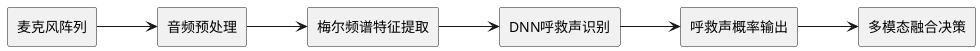
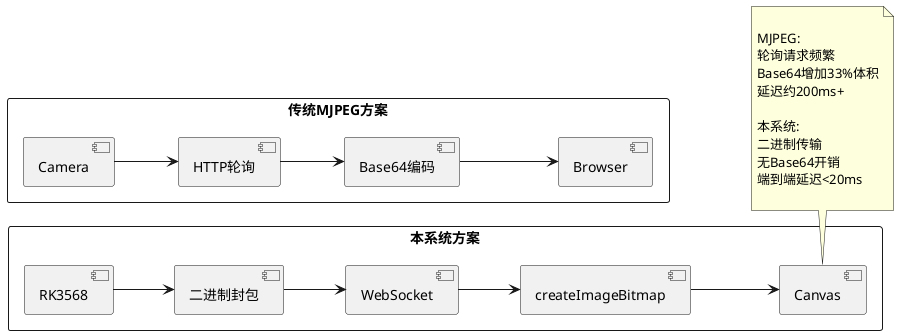
@startuml

left to right direction

- rectangle "麦克风阵列" as Mic
+ rectangle "传统MJPEG方案" {

- rectangle "音频预处理" as Pre
+     [Camera]
+     [HTTP轮询]
+     [Base64编码]
+     [Browser]

- rectangle "梅尔频谱特征提取" as Mel
+     Camera --> HTTP轮询
+     HTTP轮询 --> Base64编码
+     Base64编码 --> Browser
+ }

- rectangle "DNN呼救声识别" as DNN
+ rectangle "本系统方案" {

- rectangle "呼救声概率输出" as Prob
+     [RK3568]
+     [二进制封包]
+     [WebSocket]
+     [createImageBitmap]
+     [Canvas]

- rectangle "多模态融合决策" as Fusion
+     RK3568 --> 二进制封包
+     二进制封包 --> WebSocket
+     WebSocket --> createImageBitmap
+     createImageBitmap --> Canvas
+ }

- Mic --> Pre
+ note bottom

- Pre --> Mel
+ MJPEG:
+ 轮询请求频繁
+ Base64增加33%体积
+ 延迟约200ms+

- Mel --> DNN
+ 本系统:
+ 二进制传输
+ 无Base64开销
+ 端到端延迟<20ms

- DNN --> Prob
- 
- Prob --> Fusion
+ end note

@enduml